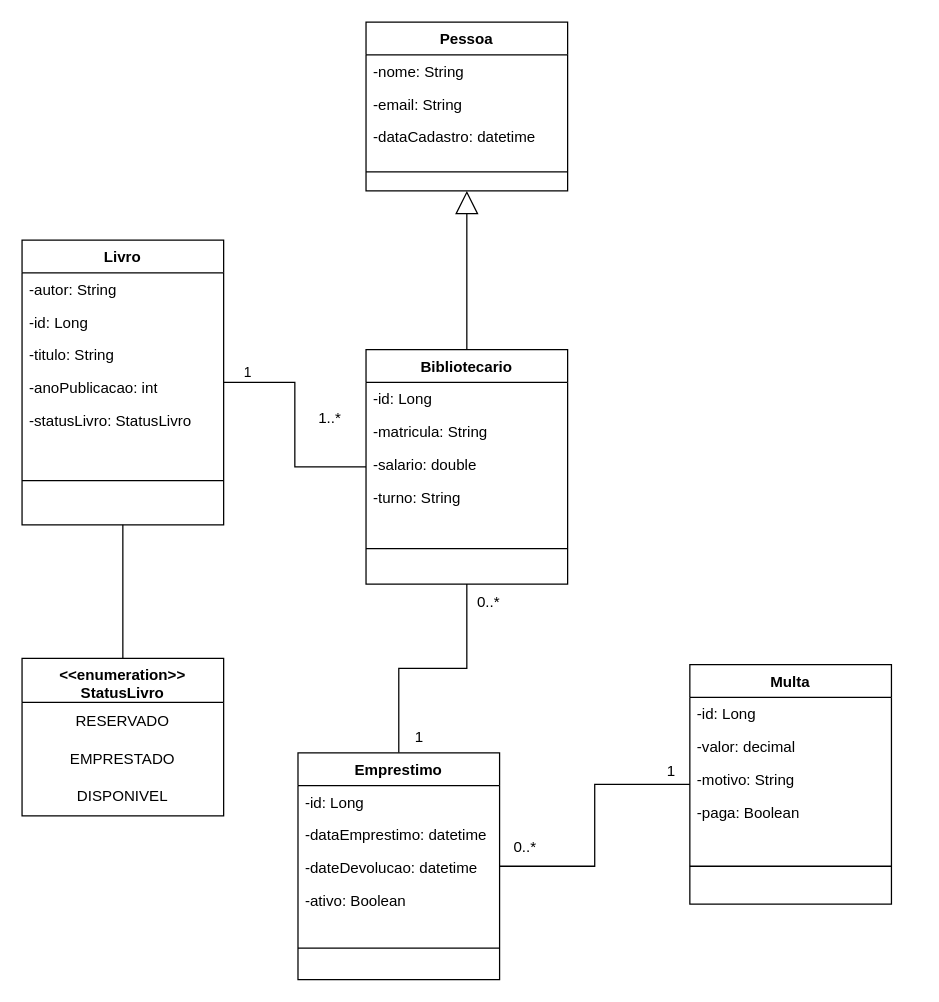
gabrielgroppo123/Programacao-Orientada-a-Objetos keeps this draw.io diagram as DiagramaDeClassesP1.drawio. Above is the earlier version. Source tidied: cells renumbered, new cells numbered last; positions are measured from the earlier drawing's top-left corner, leaving out a move shared by most shapes. Both pictures are drawn from the tidied source at 126%, with x=0, y=0 at pixel (21, 21).
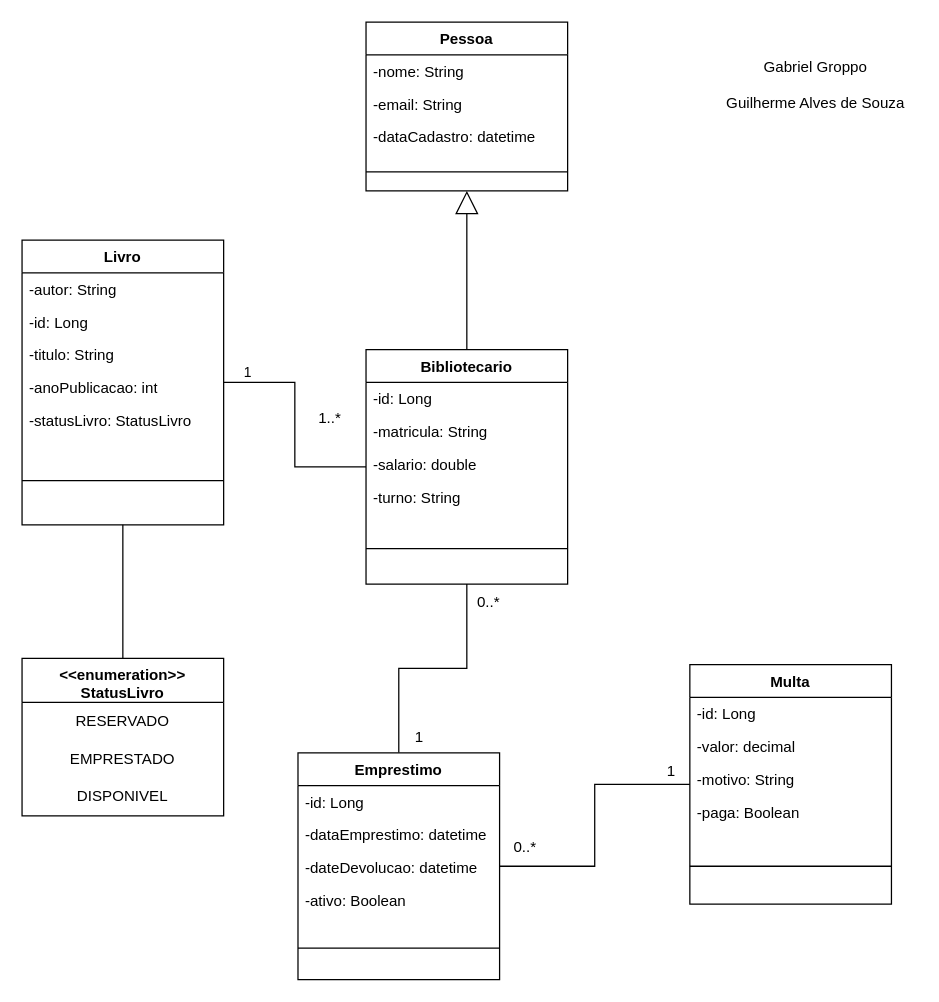
Above is the later version.

Diff of the diagram source:
```diff
@@
+    <mxCell id="47" value="Gabriel Groppo&lt;br&gt;&lt;br&gt;Guilherme Alves de Souza" style="text;html=1;whiteSpace=wrap;strokeColor=none;fillColor=none;align=center;verticalAlign=middle;rounded=0;" parent="1" vertex="1">
+      <mxGeometry x="550" y="10" width="160" height="80" as="geometry" />
+    </mxCell>
```
